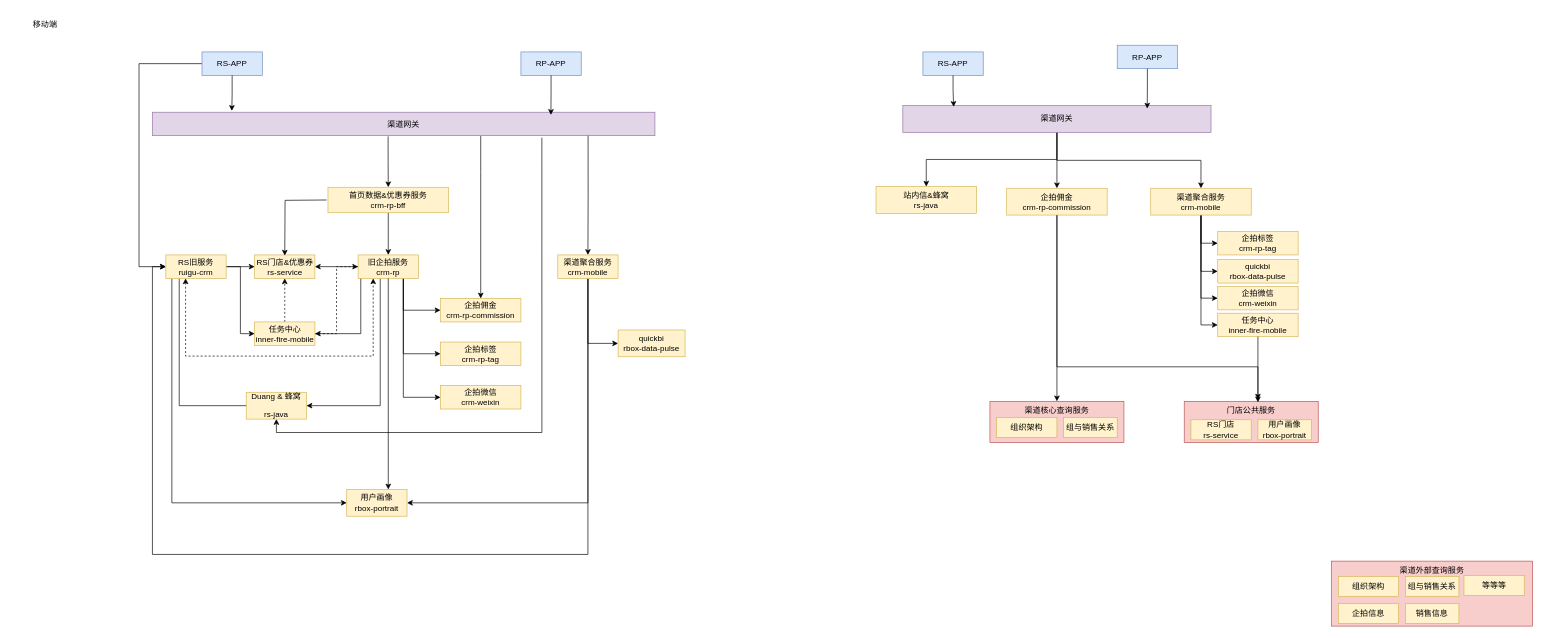
shixiaoding/draw keeps this draw.io diagram as 2025-渠道服务内部依赖图-现状.drawio. Above is the earlier version. Source tidied: cells renumbered, new cells numbered last; positions are measured from the earlier drawing's top-left corner, leaving out a move shared by most shapes. Both pictures are drawn from the tidied source at 67%, with x=0, y=0 at pixel (11, 11).
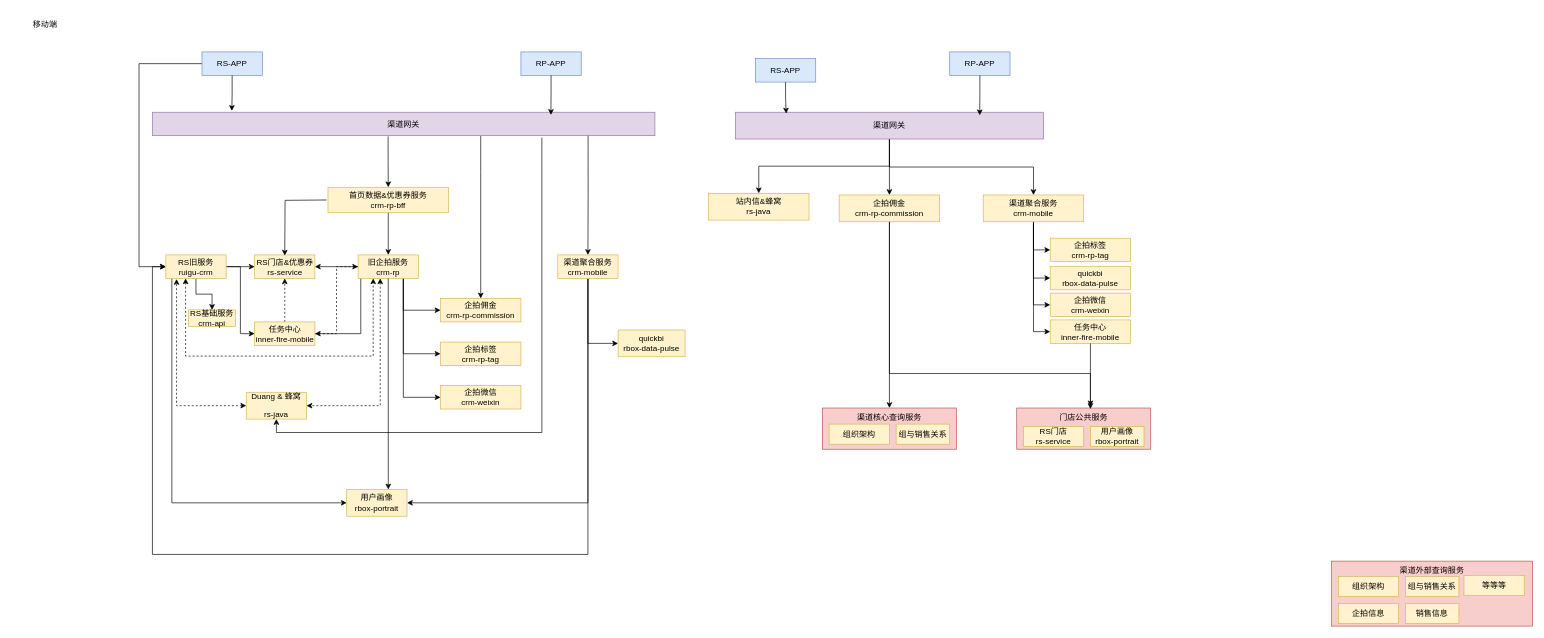
Above is the later version.

Commit message:
更新2025-渠道服务内部依赖图-现状.drawio

The change refers to these unchanged cells:
```xml
<mxCell id="22" value="&lt;div&gt;旧企拍服务&lt;/div&gt;crm-rp" style="rounded=0;whiteSpace=wrap;html=1;fillColor=#fff2cc;strokeColor=#d6b656;fontFamily=Helvetica;labelBackgroundColor=none;fontSize=12;" parent="1" vertex="1">
  <mxGeometry x="517" y="363" width="90" height="35" as="geometry" />
</mxCell>
<mxCell id="28" value="&lt;div&gt;RS旧服务&lt;/div&gt;ruigu-crm" style="rounded=0;whiteSpace=wrap;html=1;fillColor=#fff2cc;strokeColor=#d6b656;fontFamily=Helvetica;labelBackgroundColor=none;fontSize=12;" parent="1" vertex="1">
  <mxGeometry x="230" y="363" width="90" height="35" as="geometry" />
</mxCell>
<mxCell id="41" value="&lt;p&gt;Duang &amp;amp; 蜂窝&lt;/p&gt;&lt;p&gt;&lt;span style=&quot;background-color: transparent; color: light-dark(rgb(0, 0, 0), rgb(255, 255, 255));&quot;&gt;rs-java&lt;/span&gt;&lt;/p&gt;" style="rounded=0;whiteSpace=wrap;html=1;fillColor=#fff2cc;strokeColor=#d6b656;align=center;verticalAlign=middle;fontFamily=Helvetica;fontSize=12;fontColor=default;labelBackgroundColor=none;" parent="1" vertex="1">
  <mxGeometry x="350" y="568" width="90" height="40" as="geometry" />
</mxCell>
<mxCell id="73" value="门店公共服务" style="rounded=0;whiteSpace=wrap;html=1;fillColor=#f8cecc;strokeColor=#b85450;fontFamily=Helvetica;labelBackgroundColor=none;fontSize=12;verticalAlign=top;" parent="72" vertex="1">
  <mxGeometry width="200" height="61.5" as="geometry" />
</mxCell>
```

Diff of the diagram source:
```diff
@@
-    <mxCell id="21" style="edgeStyle=orthogonalEdgeStyle;rounded=0;jettySize=auto;html=1;entryX=1;entryY=0.5;entryDx=0;entryDy=0;" parent="1" edge="1" source="22" target="41">
+    <mxCell id="21" style="edgeStyle=orthogonalEdgeStyle;rounded=0;jettySize=auto;html=1;entryX=1;entryY=0.5;entryDx=0;entryDy=0;startArrow=classic;startFill=1;dashed=1;" parent="1" edge="1" source="22" target="41">
       <mxGeometry relative="1" as="geometry">
         <Array as="points">
           <mxPoint x="550" y="588" />
         </Array>
       </mxGeometry>
     </mxCell>
@@
-    <mxCell id="26" style="edgeStyle=orthogonalEdgeStyle;rounded=0;orthogonalLoop=1;jettySize=auto;html=1;entryX=0;entryY=0.5;entryDx=0;entryDy=0;" parent="1" edge="1">
-      <mxGeometry relative="1" as="geometry">
-        <mxPoint x="250" y="398" as="sourcePoint" />
-        <mxPoint x="360" y="588" as="targetPoint" />
-        <Array as="points">
-          <mxPoint x="250" y="588" />
-        </Array>
-      </mxGeometry>
-    </mxCell>
@@
+    <mxCell id="84" style="edgeStyle=orthogonalEdgeStyle;rounded=0;jettySize=auto;html=1;" parent="1" edge="1" source="28" target="85">
+      <mxGeometry relative="1" as="geometry" />
+    </mxCell>
@@
     <mxCell id="47" value="渠道网关" style="rounded=0;whiteSpace=wrap;html=1;fillColor=#e1d5e7;strokeColor=#9673a6;fontFamily=Helvetica;labelBackgroundColor=none;fontSize=12;" parent="1" vertex="1">
-      <mxGeometry x="1330" y="140" width="460" height="40" as="geometry" />
+      <mxGeometry x="1080" y="150" width="460" height="40" as="geometry" />
     </mxCell>
     <mxCell id="48" value="RS-APP" style="rounded=0;whiteSpace=wrap;html=1;fillColor=#dae8fc;strokeColor=#6c8ebf;fontFamily=Helvetica;labelBackgroundColor=none;fontSize=12;" parent="1" vertex="1">
-      <mxGeometry x="1360" y="60" width="90" height="35" as="geometry" />
+      <mxGeometry x="1110" y="70" width="90" height="35" as="geometry" />
     </mxCell>
     <mxCell id="49" value="RP-APP" style="rounded=0;whiteSpace=wrap;html=1;fillColor=#dae8fc;strokeColor=#6c8ebf;fontFamily=Helvetica;labelBackgroundColor=none;fontSize=12;" parent="1" vertex="1">
-      <mxGeometry x="1650" y="50" width="90" height="35" as="geometry" />
+      <mxGeometry x="1400" y="60" width="90" height="35" as="geometry" />
     </mxCell>
@@
     <mxCell id="54" value="&lt;div&gt;渠道聚合服务&lt;/div&gt;crm-mobile" style="rounded=0;whiteSpace=wrap;html=1;fillColor=#fff2cc;strokeColor=#d6b656;fontFamily=Helvetica;labelBackgroundColor=none;fontSize=12;" parent="1" vertex="1">
-      <mxGeometry x="1700" y="263.5" width="150" height="40" as="geometry" />
+      <mxGeometry x="1450" y="273.5" width="150" height="40" as="geometry" />
     </mxCell>
     <mxCell id="55" value="&lt;div&gt;企拍标签&lt;/div&gt;crm-rp-tag" style="rounded=0;whiteSpace=wrap;html=1;fillColor=#fff2cc;strokeColor=#d6b656;fontFamily=Helvetica;labelBackgroundColor=none;fontSize=12;" parent="1" vertex="1">
-      <mxGeometry x="1800" y="328" width="120" height="35" as="geometry" />
+      <mxGeometry x="1550" y="338" width="120" height="35" as="geometry" />
     </mxCell>
     <mxCell id="56" value="&lt;div&gt;企拍微信&lt;/div&gt;crm-weixin" style="rounded=0;whiteSpace=wrap;html=1;fillColor=#fff2cc;strokeColor=#d6b656;fontFamily=Helvetica;labelBackgroundColor=none;fontSize=12;" parent="1" vertex="1">
-      <mxGeometry x="1800" y="410" width="120" height="35" as="geometry" />
+      <mxGeometry x="1550" y="420" width="120" height="35" as="geometry" />
     </mxCell>
     <mxCell id="57" value="&lt;p&gt;&lt;span&gt;&lt;span&gt;quickbi&lt;br&gt;&lt;/span&gt;&lt;/span&gt;rbox-data-pulse&lt;/p&gt;" style="rounded=0;whiteSpace=wrap;html=1;fillColor=#fff2cc;strokeColor=#d6b656;align=center;verticalAlign=middle;fontFamily=Helvetica;fontSize=12;fontColor=default;labelBackgroundColor=none;" parent="1" vertex="1">
-      <mxGeometry x="1800" y="370" width="120" height="35" as="geometry" />
+      <mxGeometry x="1550" y="380" width="120" height="35" as="geometry" />
     </mxCell>
@@
     <mxCell id="59" value="任务中心&lt;br&gt;&lt;span style=&quot;color: light-dark(rgb(0, 0, 0), rgb(255, 255, 255));&quot;&gt;inner-fire-mobile&lt;/span&gt;" style="rounded=0;whiteSpace=wrap;html=1;fillColor=#fff2cc;strokeColor=#d6b656;fontFamily=Helvetica;labelBackgroundColor=none;fontSize=12;" parent="1" vertex="1">
-      <mxGeometry x="1800" y="450" width="120" height="35" as="geometry" />
+      <mxGeometry x="1550" y="460" width="120" height="35" as="geometry" />
     </mxCell>
@@
     <mxCell id="62" value="站内信&amp;amp;蜂窝&lt;br&gt;&lt;span style=&quot;color: light-dark(rgb(0, 0, 0), rgb(255, 255, 255)); background-color: transparent;&quot;&gt;rs-java&lt;/span&gt;" style="rounded=0;whiteSpace=wrap;html=1;fillColor=#fff2cc;strokeColor=#d6b656;fontFamily=Helvetica;labelBackgroundColor=none;fontSize=12;" parent="1" vertex="1">
-      <mxGeometry x="1290" y="261" width="150" height="40" as="geometry" />
+      <mxGeometry x="1040" y="271" width="150" height="40" as="geometry" />
     </mxCell>
@@
     <mxCell id="64" value="&lt;div&gt;企拍佣金&lt;/div&gt;crm-rp-commission" style="rounded=0;whiteSpace=wrap;html=1;fillColor=#fff2cc;strokeColor=#d6b656;fontFamily=Helvetica;labelBackgroundColor=none;fontSize=12;" parent="1" vertex="1">
-      <mxGeometry x="1485" y="263.5" width="150" height="40" as="geometry" />
+      <mxGeometry x="1235" y="273.5" width="150" height="40" as="geometry" />
     </mxCell>
@@
     <mxCell id="72" style="group;" parent="1" vertex="1">
-      <mxGeometry x="1750" y="581.5" width="200" height="61.5" as="geometry" />
+      <mxGeometry x="1500" y="591.5" width="200" height="61.5" as="geometry" />
     </mxCell>
@@
     <mxCell id="77" style="group;" parent="1" vertex="1">
-      <mxGeometry x="1460" y="581.5" width="200" height="61.5" as="geometry" />
+      <mxGeometry x="1210" y="591.5" width="200" height="61.5" as="geometry" />
     </mxCell>
@@
     <mxCell id="83" style="edgeStyle=orthogonalEdgeStyle;rounded=0;jettySize=auto;html=1;exitX=0.5;exitY=1;exitDx=0;exitDy=0;entryX=0.55;entryY=-0.041;entryDx=0;entryDy=0;entryPerimeter=0;" parent="1" edge="1" source="64" target="73">
       <mxGeometry relative="1" as="geometry">
         <Array as="points">
-          <mxPoint x="1560" y="530" />
-          <mxPoint x="1860" y="530" />
+          <mxPoint x="1310" y="540" />
+          <mxPoint x="1610" y="540" />
         </Array>
       </mxGeometry>
     </mxCell>
+    <mxCell id="85" value="&lt;div&gt;RS基础服务&lt;/div&gt;crm-api" style="rounded=0;whiteSpace=wrap;html=1;fillColor=#fff2cc;strokeColor=#d6b656;fontFamily=Helvetica;labelBackgroundColor=none;fontSize=12;" parent="1" vertex="1">
+      <mxGeometry x="264" y="445" width="70" height="25" as="geometry" />
+    </mxCell>
+    <mxCell id="86" style="edgeStyle=orthogonalEdgeStyle;rounded=0;jettySize=auto;html=1;exitX=0;exitY=0.5;exitDx=0;exitDy=0;entryX=0.178;entryY=1.029;entryDx=0;entryDy=0;entryPerimeter=0;startArrow=classic;startFill=1;dashed=1;" parent="1" edge="1" source="41" target="28">
+      <mxGeometry relative="1" as="geometry" />
+    </mxCell>
```
